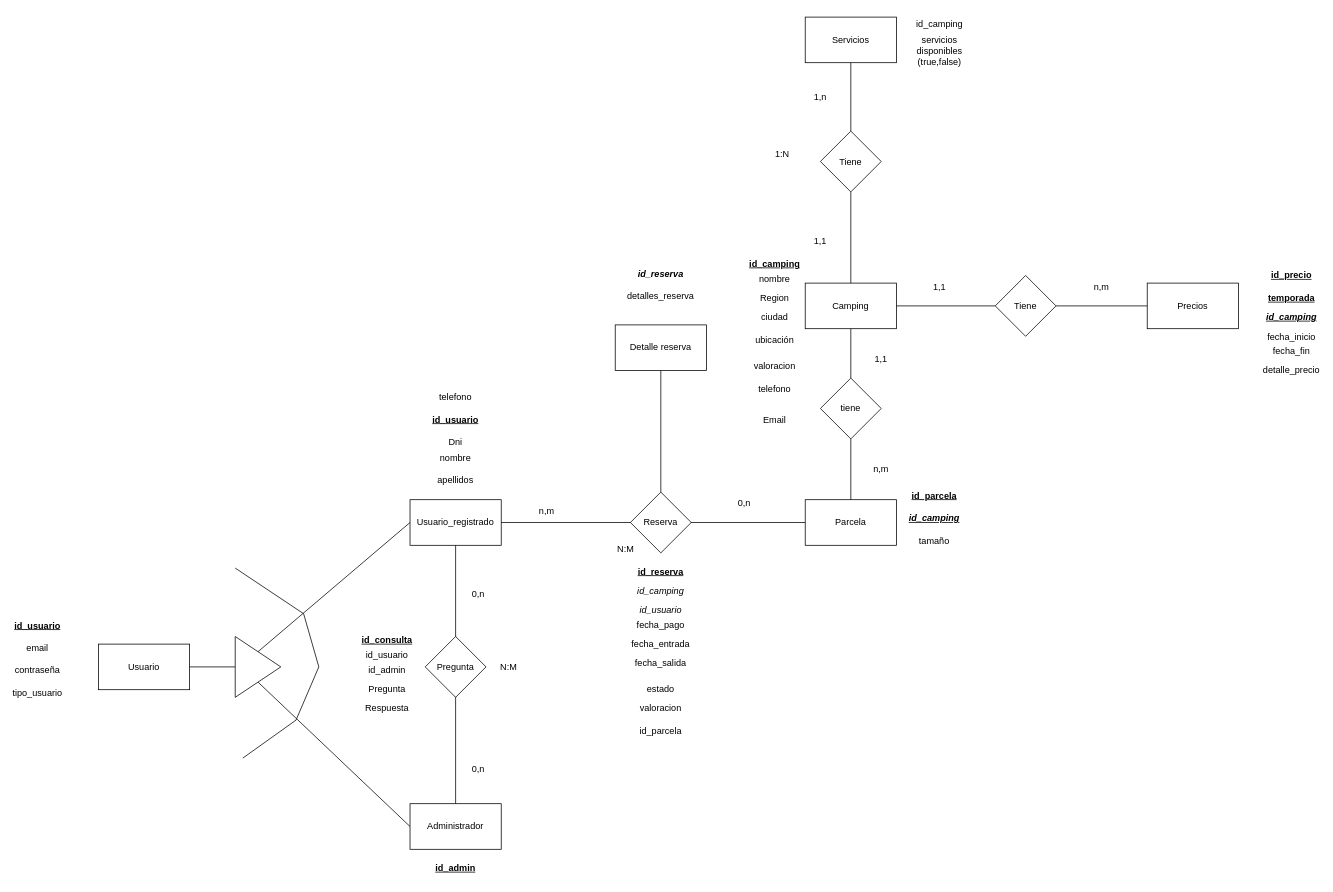
Oscaralcala24/Camping-pong keeps this draw.io diagram as docs/Camping-Pong-ER.drawio. Above is the earlier version. Source tidied: cells renumbered, new cells numbered last; positions are measured from the earlier drawing's top-left corner, leaving out a move shared by most shapes. Both pictures are drawn from the tidied source at 76%, with x=0, y=0 at pixel (14, 13).
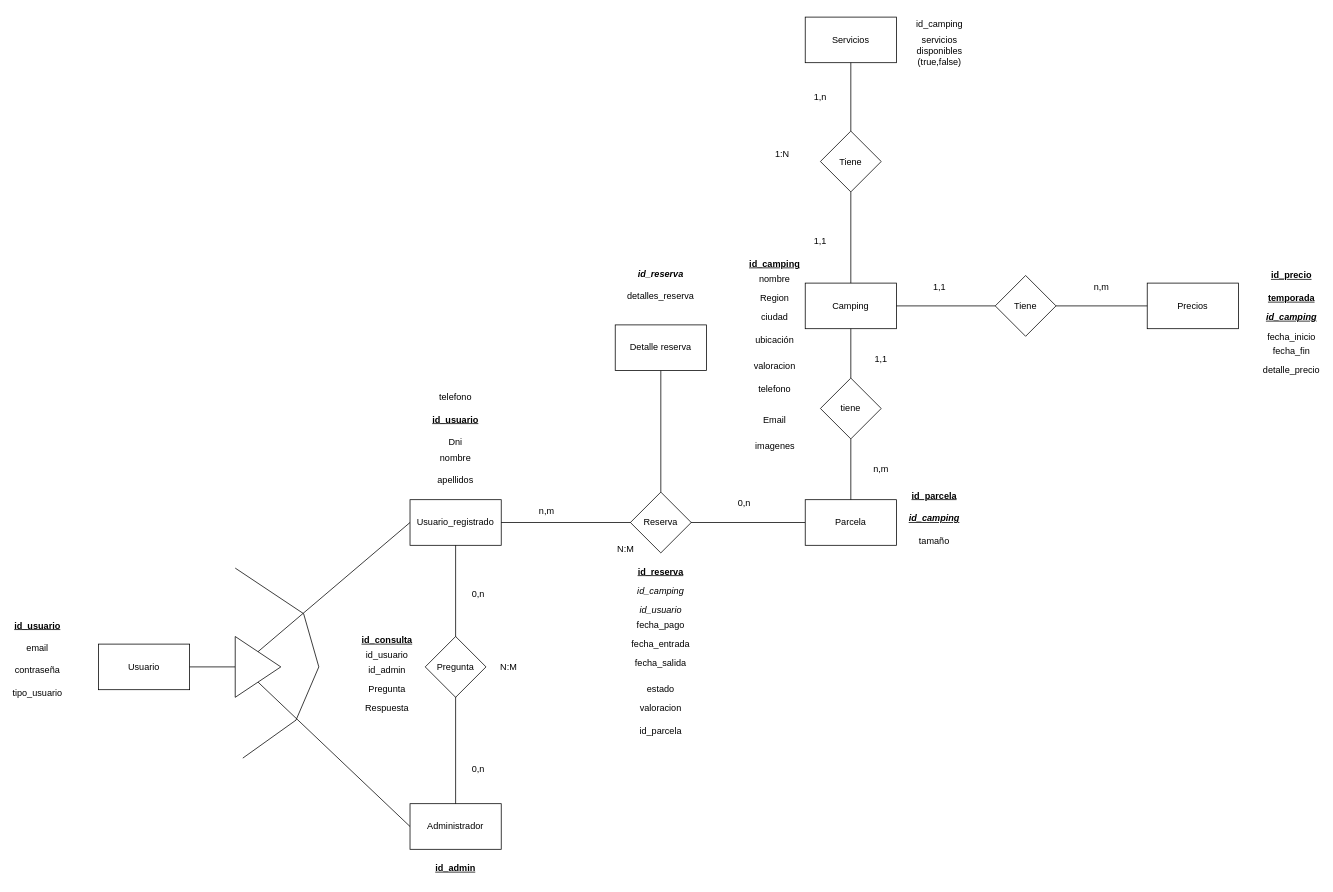
Above is the later version.

Change to the diagram source:
```diff
@@
+    <mxCell id="89" value="imagenes" style="text;html=1;align=center;verticalAlign=middle;strokeColor=none;fillColor=none;" parent="1" vertex="1">
+      <mxGeometry x="960" y="555" width="80" height="30" as="geometry" />
+    </mxCell>
```
